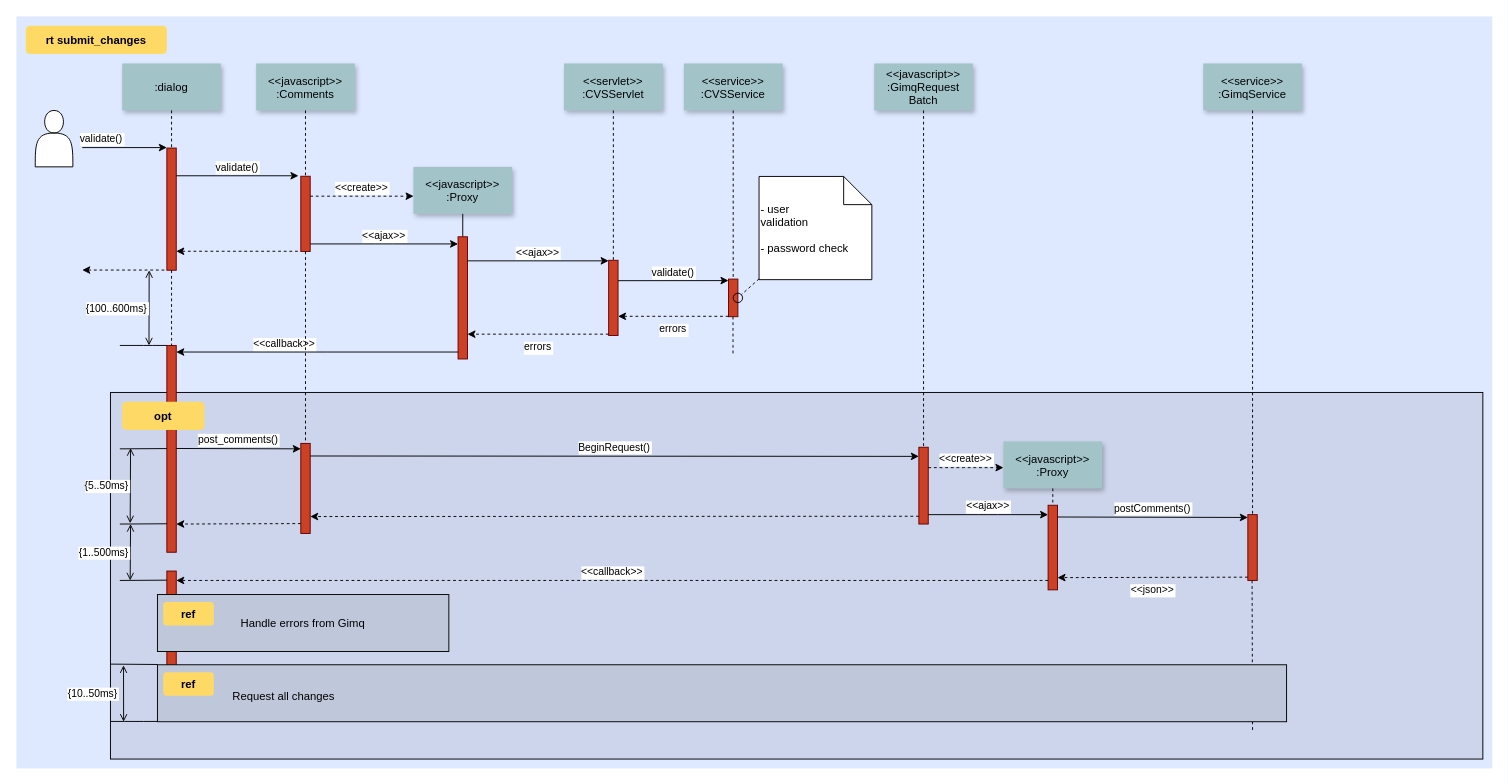
Above: Untitled Diagram.drawio in kcprad/PersonalProject (draw.io), before the change. Source tidied: cells renumbered, new cells numbered last; positions are measured from the earlier drawing's top-left corner, leaving out a move shared by most shapes. Both pictures are drawn from the tidied source at 94%, with x=0, y=0 at pixel (16, 16).
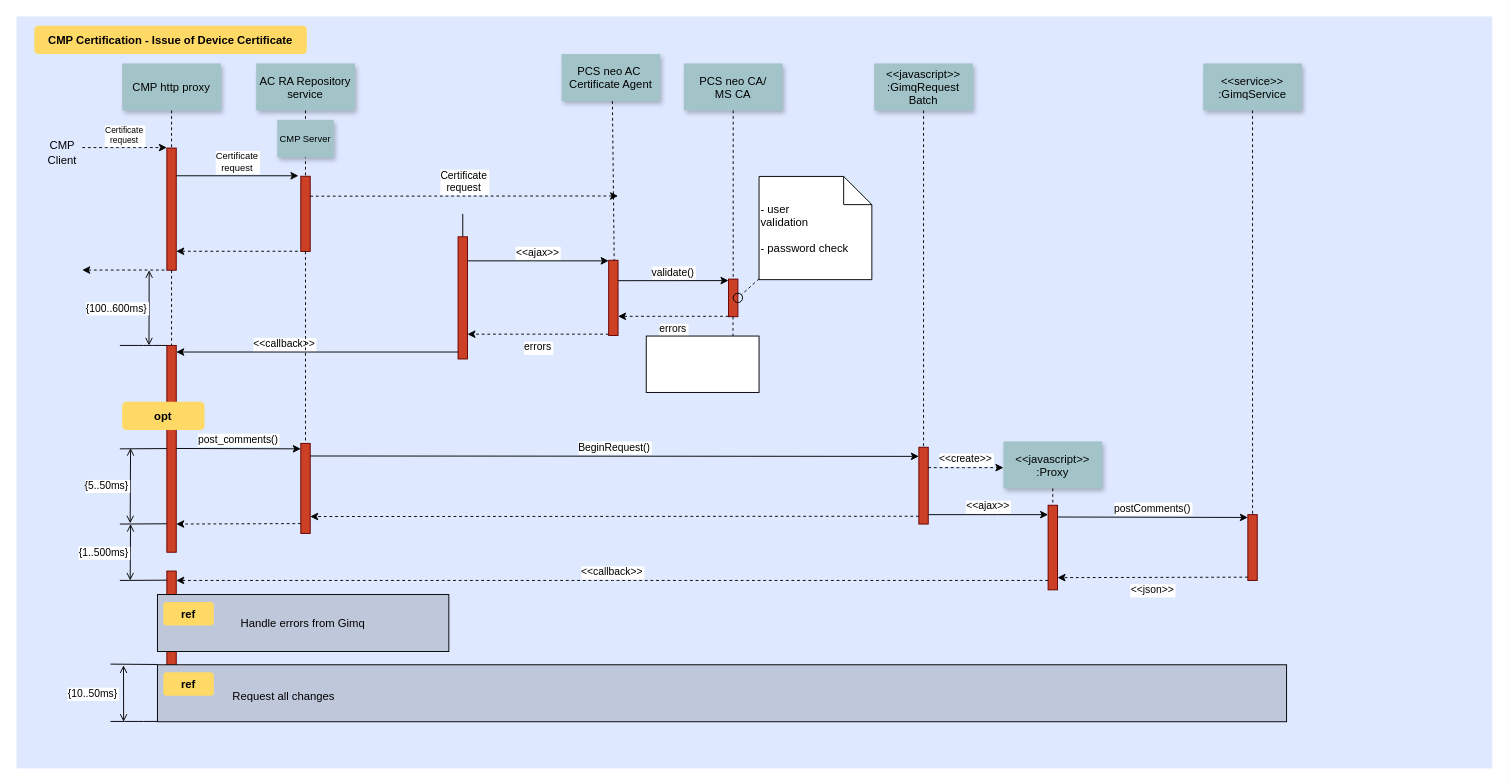
The same page after the edit.

Unchanged cells that the change refers to:
```xml
<mxCell id="8" style="fillColor=#CC4125;strokeColor=#660000;" parent="1" vertex="1">
  <mxGeometry x="302.5" y="170" width="10" height="80" as="geometry" />
</mxCell>
<mxCell id="17" style="fillColor=#CC4125;strokeColor=#660000;" parent="1" vertex="1">
  <mxGeometry x="469.8" y="234.4" width="10" height="130" as="geometry" />
</mxCell>
<mxCell id="19" style="fillColor=#CC4125;strokeColor=#660000;" parent="1" vertex="1">
  <mxGeometry x="630" y="259.4" width="10" height="80" as="geometry" />
</mxCell>
```

Diff of the diagram source:
```diff
@@
-    <mxCell id="2" style="fillColor=#DEE8FF;strokeColor=none;" parent="1" vertex="1">
-      <mxGeometry width="1570" height="800" as="geometry" />
-    </mxCell>
@@
+    <mxCell id="2" style="fillColor=#DEE8FF;strokeColor=none;" parent="1" vertex="1">
+      <mxGeometry width="1570" height="800" as="geometry" />
+    </mxCell>
@@
-    <mxCell id="6" value="validate()" style="edgeStyle=none;verticalLabelPosition=top;verticalAlign=bottom;labelPosition=left;align=right;" parent="1" edge="1">
-      <mxGeometry x="110" y="49.5" as="geometry">
+    <mxCell id="6" value="Certificate&#10;request" style="edgeStyle=none;verticalLabelPosition=top;verticalAlign=bottom;labelPosition=left;align=center;spacing=1;fontSize=9;dashed=1;" parent="1" edge="1">
+      <mxGeometry as="geometry">
         <mxPoint x="70" y="139.5" as="sourcePoint" />
         <mxPoint x="160" y="139.5" as="targetPoint" />
       </mxGeometry>
     </mxCell>
-    <mxCell id="7" value=":dialog" style="shadow=1;fillColor=#A2C4C9;strokeColor=none;" parent="1" vertex="1">
+    <mxCell id="7" value="CMP http proxy" style="shadow=1;fillColor=#A2C4C9;strokeColor=none;" parent="1" vertex="1">
       <mxGeometry x="112.5" y="50" width="105" height="50" as="geometry" />
     </mxCell>
@@
-    <mxCell id="9" value="&lt;&lt;javascript&gt;&gt;&#10;:Comments" style="shadow=1;fillColor=#A2C4C9;strokeColor=none;" parent="1" vertex="1">
+    <mxCell id="9" value="AC RA Repository&#10;service" style="shadow=1;fillColor=#A2C4C9;strokeColor=none;" parent="1" vertex="1">
       <mxGeometry x="255" y="50" width="105" height="50" as="geometry" />
     </mxCell>
@@
-    <mxCell id="11" value="validate()" style="edgeStyle=none;verticalLabelPosition=top;verticalAlign=bottom;" parent="1" edge="1">
+    <mxCell id="11" value="Certificate&#10;request" style="edgeStyle=none;verticalLabelPosition=top;verticalAlign=bottom;fontSize=10;" parent="1" edge="1">
       <mxGeometry x="220" y="92" as="geometry">
         <mxPoint x="170" y="169.5" as="sourcePoint" />
         <mxPoint x="300" y="169.5" as="targetPoint" />
       </mxGeometry>
     </mxCell>
@@
-    <mxCell id="14" value="&lt;&lt;create&gt;&gt;" style="edgeStyle=none;verticalLabelPosition=top;verticalAlign=bottom;dashed=1;" parent="1" edge="1">
+    <mxCell id="14" value="Certificate&#10;request" style="edgeStyle=none;verticalLabelPosition=top;verticalAlign=bottom;dashed=1;" parent="1" edge="1">
       <mxGeometry x="385.5" y="113.9" as="geometry">
         <mxPoint x="312.5" y="191.2" as="sourcePoint" />
-        <mxPoint x="422.5" y="191.2" as="targetPoint" />
+        <mxPoint x="640" y="191" as="targetPoint" />
       </mxGeometry>
     </mxCell>
-    <mxCell id="15" value="&lt;&lt;javascript&gt;&gt;&#10;:Proxy" style="shadow=1;fillColor=#A2C4C9;strokeColor=none;" parent="1" vertex="1">
-      <mxGeometry x="422.3" y="160" width="105" height="50" as="geometry" />
-    </mxCell>
-    <mxCell id="16" style="edgeStyle=none;endArrow=none;" parent="1" edge="1" source="15" target="17">
-      <mxGeometry x="437" y="270" as="geometry" />
+    <mxCell id="16" style="edgeStyle=none;endArrow=none;" parent="1" edge="1" target="17">
+      <mxGeometry x="437" y="270" as="geometry">
+        <mxPoint x="474.8" y="210" as="sourcePoint" />
+      </mxGeometry>
     </mxCell>
@@
-    <mxCell id="18" value="&lt;&lt;ajax&gt;&gt;" style="edgeStyle=elbowEdgeStyle;elbow=vertical;verticalLabelPosition=top;verticalAlign=bottom;" parent="1" edge="1" source="8" target="17">
-      <mxGeometry x="350" y="290" as="geometry" />
-    </mxCell>
@@
-    <mxCell id="20" value="&lt;&lt;servlet&gt;&gt;&#10;:CVSServlet" style="shadow=1;fillColor=#A2C4C9;strokeColor=none;" parent="1" vertex="1">
-      <mxGeometry x="582.5" y="50" width="105" height="50" as="geometry" />
+    <mxCell id="20" value="PCS neo AC &#10;Certificate Agent" style="shadow=1;fillColor=#A2C4C9;strokeColor=none;" parent="1" vertex="1">
+      <mxGeometry x="579.9" y="40" width="105" height="50" as="geometry" />
     </mxCell>
-    <mxCell id="21" style="edgeStyle=none;endArrow=none;dashed=1;" parent="1" edge="1" source="20" target="19">
-      <mxGeometry x="614.5" y="175" as="geometry" />
+    <mxCell id="21" style="edgeStyle=none;endArrow=none;dashed=1;" parent="1" edge="1">
+      <mxGeometry x="614.5" y="175" as="geometry">
+        <mxPoint x="634" y="90" as="sourcePoint" />
+        <mxPoint x="635.9" y="259.4" as="targetPoint" />
+      </mxGeometry>
     </mxCell>
-    <mxCell id="22" value="&lt;&lt;service&gt;&gt;&#10;:CVSService" style="shadow=1;fillColor=#A2C4C9;strokeColor=none;" parent="1" vertex="1">
+    <mxCell id="22" value="PCS neo CA/&#10;MS CA" style="shadow=1;fillColor=#A2C4C9;strokeColor=none;" parent="1" vertex="1">
       <mxGeometry x="710" y="50" width="105" height="50" as="geometry" />
     </mxCell>
@@
-    <mxCell id="60" value="rt submit_changes" style="rounded=1;fontStyle=1;fillColor=#FFD966;strokeColor=none;" parent="1" vertex="1">
-      <mxGeometry x="10" y="10" width="150" height="30" as="geometry" />
+    <mxCell id="60" value="CMP Certification - Issue of Device Certificate" style="rounded=1;fontStyle=1;fillColor=#FFD966;strokeColor=none;" parent="1" vertex="1">
+      <mxGeometry x="19" y="10" width="290" height="30" as="geometry" />
     </mxCell>
@@
-    <mxCell id="75" style="shape=actor;whiteSpace=wrap;html=1;" parent="1" vertex="1">
-      <mxGeometry x="20" y="100" width="40" height="60" as="geometry" />
-    </mxCell>
+    <mxCell id="76" style="rounded=0;whiteSpace=wrap;html=1;" parent="1" vertex="1">
+      <mxGeometry x="670" y="340" width="120" height="60" as="geometry" />
+    </mxCell>
+    <mxCell id="77" value="CMP Client" style="text;html=1;align=center;verticalAlign=middle;whiteSpace=wrap;rounded=0;" parent="1" vertex="1">
+      <mxGeometry x="19" y="130" width="60" height="30" as="geometry" />
+    </mxCell>
+    <mxCell id="78" value="CMP Server" style="shadow=1;fillColor=#A2C4C9;strokeColor=none;fontSize=10;" parent="1" vertex="1">
+      <mxGeometry x="277.5" y="110" width="60" height="40" as="geometry" />
+    </mxCell>
```
